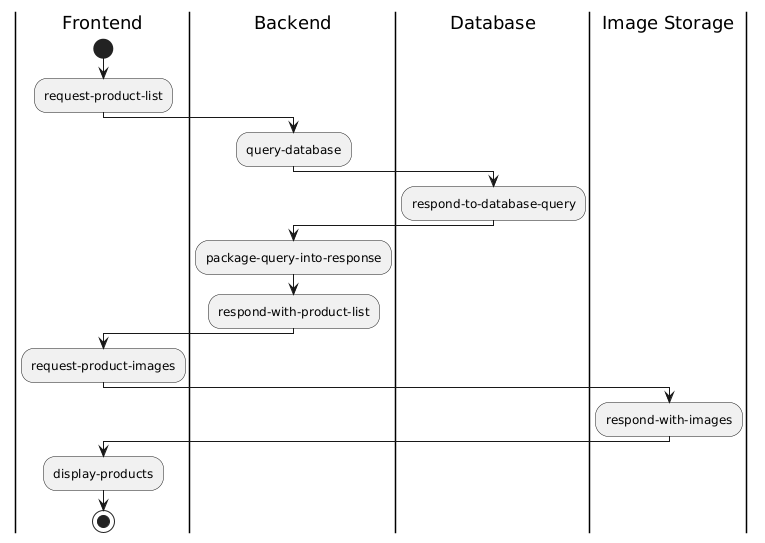
Earlier version of the PlantUML export documentation/images/uml_swimlane_product_list.png (EdwardSpaeth/Cloud-Project-Group-11). The source it was exported from:
```plantuml
@startuml
|Frontend|
start
:request-product-list;

|Backend|
:query-database;

|Database|
:respond-to-database-query;

|Backend|
:package-query-into-response;
:respond-with-product-list;

|Frontend|
:request-product-images;

|Image Storage|
:respond-with-images;

|Frontend|
:display-products;

stop
@enduml
```
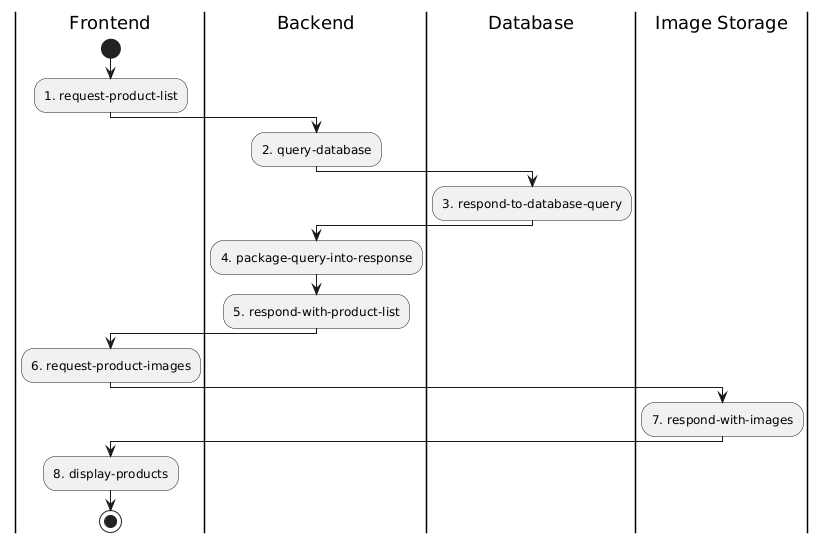
Later version of the same file.

The edit, as a diff of the source:
```diff
@@ -1,26 +1,26 @@
 @startuml
 |Frontend|
 start
-:request-product-list;
+:1. request-product-list;
 
 |Backend|
-:query-database;
+:2. query-database;
 
 |Database|
-:respond-to-database-query;
+:3. respond-to-database-query;
 
 |Backend|
-:package-query-into-response;
-:respond-with-product-list;
+:4. package-query-into-response;
+:5. respond-with-product-list;
 
 |Frontend|
-:request-product-images;
+:6. request-product-images;
 
 |Image Storage|
-:respond-with-images;
+:7. respond-with-images;
 
 |Frontend|
-:display-products;
+:8. display-products;
 
 stop
 @enduml
```
